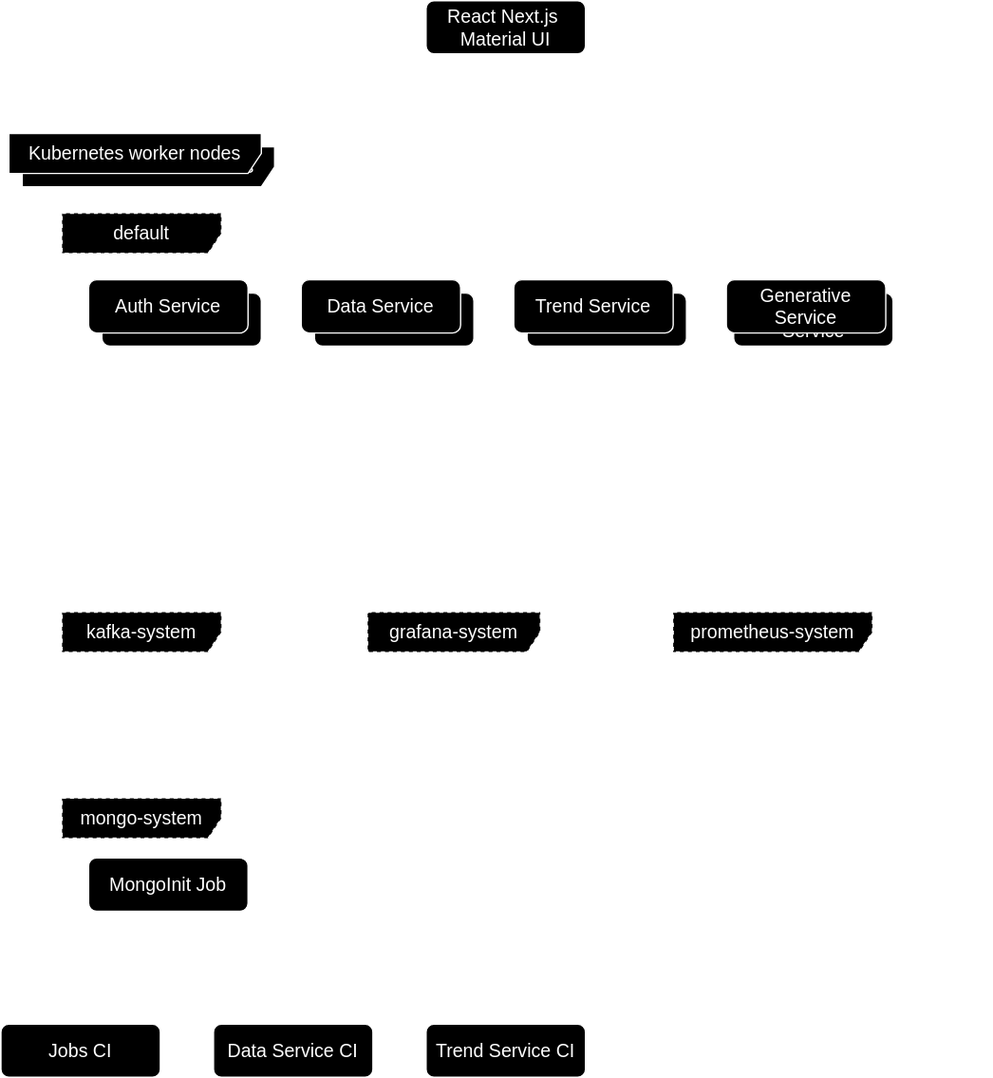
Earlier version of the draw.io export architecture/components.drawio.svg (gryphon2411/derkino). Source tidied: cells renumbered, new cells last; positions are measured from the earlier drawing's top-left corner, leaving out a move shared by most shapes.
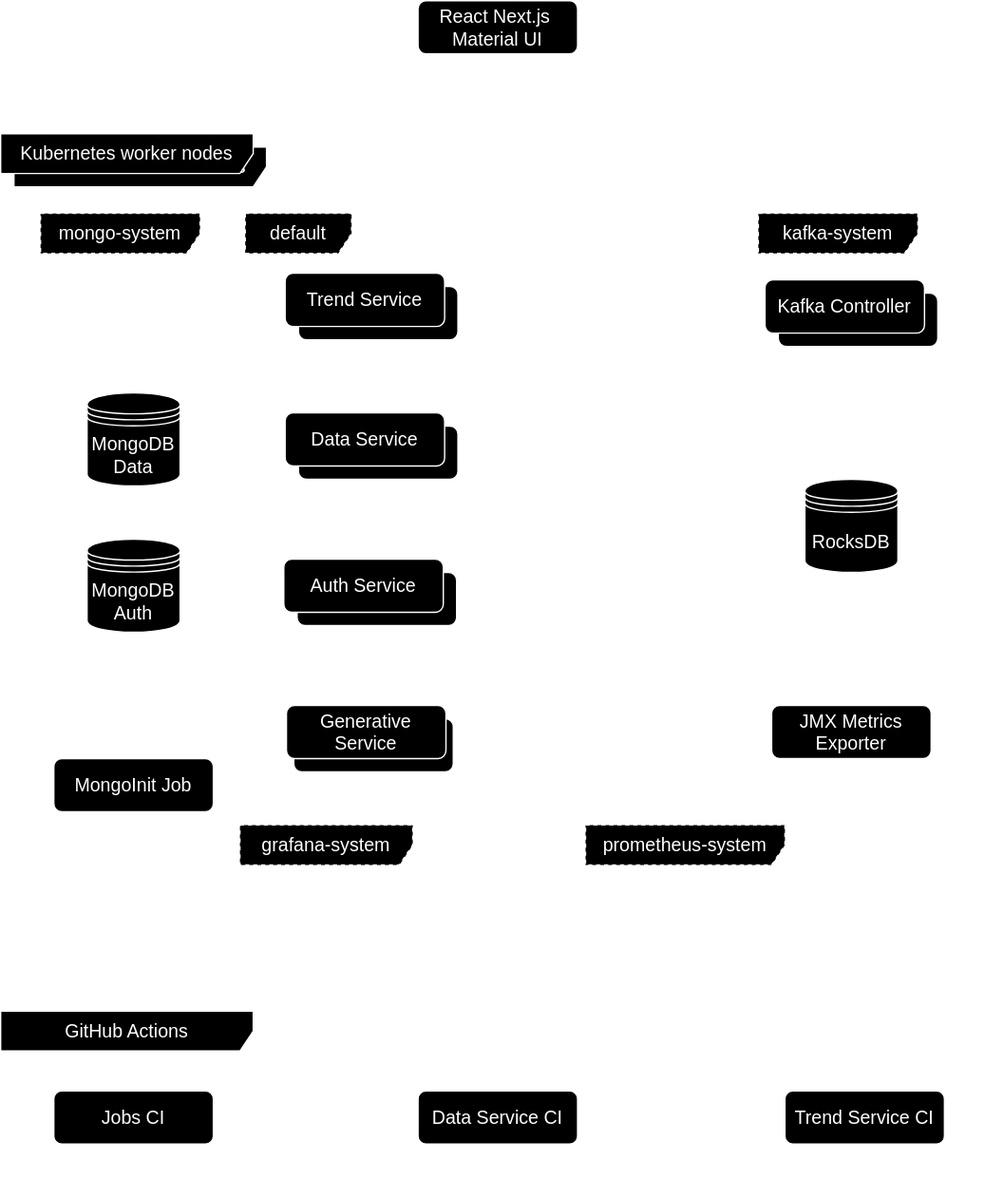
After the commit.

Commit message:
Improve components diagram

The edit, as a diff of the source:
```diff
@@ -2,65 +2,86 @@
   <root>
     <mxCell id="0" />
     <mxCell id="1" parent="0" />
+    <mxCell id="22" value="Kafka Controller" style="rounded=1;whiteSpace=wrap;html=1;fontSize=14;glass=0;strokeWidth=1;shadow=0;" parent="1" vertex="1">
+      <mxGeometry x="591" y="220" width="120" height="40" as="geometry" />
+    </mxCell>
     <mxCell id="2" value="Kubernetes worker nodes" style="shape=umlFrame;whiteSpace=wrap;html=1;fontSize=14;width=190;height=30;" parent="1" vertex="1">
       <mxGeometry x="16" y="110" width="730" height="630" as="geometry" />
     </mxCell>
     <mxCell id="3" value="Auth Service" style="rounded=1;whiteSpace=wrap;html=1;fontSize=14;glass=0;strokeWidth=1;shadow=0;" parent="1" vertex="1">
-      <mxGeometry x="76" y="220" width="120" height="40" as="geometry" />
+      <mxGeometry x="229" y="430" width="120" height="40" as="geometry" />
     </mxCell>
     <mxCell id="4" value="&lt;div style=&quot;font-size: 14px;&quot;&gt;Data Service&lt;/div&gt;" style="rounded=1;whiteSpace=wrap;html=1;fontSize=14;glass=0;strokeWidth=1;shadow=0;" parent="1" vertex="1">
-      <mxGeometry x="236" y="220" width="120" height="40" as="geometry" />
+      <mxGeometry x="230" y="320" width="120" height="40" as="geometry" />
     </mxCell>
-    <mxCell id="5" value="Trend Service" style="rounded=1;whiteSpace=wrap;html=1;fontSize=14;glass=0;strokeWidth=1;shadow=0;" parent="1" vertex="1">
-      <mxGeometry x="396" y="220" width="120" height="40" as="geometry" />
-    </mxCell>
-    <mxCell id="6" value="Generative Service" style="rounded=1;whiteSpace=wrap;html=1;fontSize=14;glass=0;strokeWidth=1;shadow=0;" parent="1" vertex="1">
-      <mxGeometry x="551.5" y="220" width="120" height="40" as="geometry" />
+    <mxCell id="6" style="rounded=1;whiteSpace=wrap;html=1;fontSize=14;glass=0;strokeWidth=1;shadow=0;" parent="1" vertex="1">
+      <mxGeometry x="226.5" y="540" width="120" height="40" as="geometry" />
     </mxCell>
-    <mxCell id="7" value="MongoInit Job" style="rounded=1;whiteSpace=wrap;html=1;fontSize=14;glass=0;strokeWidth=1;shadow=0;" parent="1" vertex="1">
-      <mxGeometry x="66" y="645" width="120" height="40" as="geometry" />
-    </mxCell>
     <mxCell id="8" value="&lt;div style=&quot;font-size: 14px;&quot;&gt;React Next.js&amp;nbsp;&lt;/div&gt;&lt;div style=&quot;font-size: 14px;&quot;&gt;Material UI&lt;/div&gt;" style="rounded=1;whiteSpace=wrap;html=1;fontSize=14;glass=0;strokeWidth=1;shadow=0;" parent="1" vertex="1">
       <mxGeometry x="320" width="120" height="40" as="geometry" />
     </mxCell>
     <mxCell id="9" value="Auth Service" style="rounded=1;whiteSpace=wrap;html=1;fontSize=14;glass=0;strokeWidth=1;shadow=0;" parent="1" vertex="1">
-      <mxGeometry x="66" y="210" width="120" height="40" as="geometry" />
+      <mxGeometry x="219" y="420" width="120" height="40" as="geometry" />
     </mxCell>
     <mxCell id="10" value="&lt;div style=&quot;font-size: 14px;&quot;&gt;Data Service&lt;/div&gt;" style="rounded=1;whiteSpace=wrap;html=1;fontSize=14;glass=0;strokeWidth=1;shadow=0;" parent="1" vertex="1">
-      <mxGeometry x="226" y="210" width="120" height="40" as="geometry" />
+      <mxGeometry x="220" y="310" width="120" height="40" as="geometry" />
     </mxCell>
-    <mxCell id="11" value="Trend Service" style="rounded=1;whiteSpace=wrap;html=1;fontSize=14;glass=0;strokeWidth=1;shadow=0;" parent="1" vertex="1">
-      <mxGeometry x="386" y="210" width="120" height="40" as="geometry" />
-    </mxCell>
     <mxCell id="12" value="Generative Service" style="rounded=1;whiteSpace=wrap;html=1;fontSize=14;glass=0;strokeWidth=1;shadow=0;" parent="1" vertex="1">
-      <mxGeometry x="546" y="210" width="120" height="40" as="geometry" />
+      <mxGeometry x="221" y="530" width="120" height="40" as="geometry" />
     </mxCell>
     <mxCell id="13" value="Data Service CI" style="rounded=1;whiteSpace=wrap;html=1;fontSize=14;glass=0;strokeWidth=1;shadow=0;" parent="1" vertex="1">
-      <mxGeometry x="160" y="770" width="120" height="40" as="geometry" />
+      <mxGeometry x="320" y="820" width="120" height="40" as="geometry" />
     </mxCell>
     <mxCell id="14" value="&lt;div style=&quot;font-size: 14px;&quot;&gt;Jobs CI&lt;/div&gt;" style="rounded=1;whiteSpace=wrap;html=1;fontSize=14;glass=0;strokeWidth=1;shadow=0;" parent="1" vertex="1">
-      <mxGeometry y="770" width="120" height="40" as="geometry" />
+      <mxGeometry x="46" y="820" width="120" height="40" as="geometry" />
     </mxCell>
     <mxCell id="15" value="Trend Service CI" style="rounded=1;whiteSpace=wrap;html=1;fontSize=14;glass=0;strokeWidth=1;shadow=0;" parent="1" vertex="1">
-      <mxGeometry x="320" y="770" width="120" height="40" as="geometry" />
+      <mxGeometry x="596" y="820" width="120" height="40" as="geometry" />
     </mxCell>
     <mxCell id="16" value="Kubernetes worker nodes" style="shape=umlFrame;whiteSpace=wrap;html=1;fontSize=14;width=190;height=30;" parent="1" vertex="1">
       <mxGeometry x="6" y="100" width="730" height="630" as="geometry" />
     </mxCell>
-    <mxCell id="17" value="&lt;div&gt;mongo-system&lt;/div&gt;" style="shape=umlFrame;whiteSpace=wrap;html=1;fontSize=14;width=120;height=30;strokeColor=default;dashed=1;" parent="1" vertex="1">
-      <mxGeometry x="46" y="600" width="210" height="110" as="geometry" />
-    </mxCell>
-    <mxCell id="18" value="default" style="shape=umlFrame;whiteSpace=wrap;html=1;fontSize=14;width=120;height=30;strokeColor=default;dashed=1;" parent="1" vertex="1">
-      <mxGeometry x="46" y="160" width="660" height="150" as="geometry" />
+    <mxCell id="18" value="default" style="shape=umlFrame;whiteSpace=wrap;html=1;fontSize=14;width=80;height=30;strokeColor=default;dashed=1;" parent="1" vertex="1">
+      <mxGeometry x="190" y="160" width="190" height="450" as="geometry" />
     </mxCell>
     <mxCell id="19" value="&lt;div&gt;kafka-system&lt;/div&gt;" style="shape=umlFrame;whiteSpace=wrap;html=1;fontSize=14;width=120;height=30;strokeColor=default;dashed=1;" parent="1" vertex="1">
-      <mxGeometry x="46" y="460" width="210" height="110" as="geometry" />
+      <mxGeometry x="576" y="160" width="140" height="450" as="geometry" />
     </mxCell>
     <mxCell id="20" value="grafana-system" style="shape=umlFrame;whiteSpace=wrap;html=1;fontSize=14;width=130;height=30;strokeColor=default;dashed=1;" parent="1" vertex="1">
-      <mxGeometry x="276" y="460" width="210" height="110" as="geometry" />
+      <mxGeometry x="186" y="620" width="250" height="90" as="geometry" />
     </mxCell>
     <mxCell id="21" value="prometheus-system" style="shape=umlFrame;whiteSpace=wrap;html=1;fontSize=14;width=150;height=30;strokeColor=default;dashed=1;" parent="1" vertex="1">
-      <mxGeometry x="506" y="460" width="210" height="110" as="geometry" />
+      <mxGeometry x="446" y="620" width="270" height="90" as="geometry" />
     </mxCell>
+    <mxCell id="7" value="MongoInit Job" style="rounded=1;whiteSpace=wrap;html=1;fontSize=14;glass=0;strokeWidth=1;shadow=0;" parent="1" vertex="1">
+      <mxGeometry x="46" y="570" width="120" height="40" as="geometry" />
+    </mxCell>
+    <mxCell id="17" value="&lt;div&gt;mongo-system&lt;/div&gt;" style="shape=umlFrame;whiteSpace=wrap;html=1;fontSize=14;width=120;height=30;strokeColor=default;dashed=1;" parent="1" vertex="1">
+      <mxGeometry x="36" y="160" width="140" height="550" as="geometry" />
+    </mxCell>
+    <mxCell id="23" value="&lt;div&gt;JMX Metrics Exporter&lt;br&gt;&lt;/div&gt;" style="rounded=1;whiteSpace=wrap;html=1;fontSize=14;glass=0;strokeWidth=1;shadow=0;" parent="1" vertex="1">
+      <mxGeometry x="586" y="530" width="120" height="40" as="geometry" />
+    </mxCell>
+    <mxCell id="24" value="MongoDB Auth" style="shape=datastore;whiteSpace=wrap;html=1;fontSize=14;" parent="1" vertex="1">
+      <mxGeometry x="71" y="405" width="70" height="70" as="geometry" />
+    </mxCell>
+    <mxCell id="25" value="Kafka Controller" style="rounded=1;whiteSpace=wrap;html=1;fontSize=14;glass=0;strokeWidth=1;shadow=0;" parent="1" vertex="1">
+      <mxGeometry x="581" y="210" width="120" height="40" as="geometry" />
+    </mxCell>
+    <mxCell id="26" value="MongoDB Data" style="shape=datastore;whiteSpace=wrap;html=1;fontSize=14;" parent="1" vertex="1">
+      <mxGeometry x="71" y="295" width="70" height="70" as="geometry" />
+    </mxCell>
+    <mxCell id="27" value="&lt;div&gt;RocksDB&lt;/div&gt;" style="shape=datastore;whiteSpace=wrap;html=1;fontSize=14;" parent="1" vertex="1">
+      <mxGeometry x="611" y="360" width="70" height="70" as="geometry" />
+    </mxCell>
+    <mxCell id="28" value="Trend Service" style="rounded=1;whiteSpace=wrap;html=1;fontSize=14;glass=0;strokeWidth=1;shadow=0;" parent="1" vertex="1">
+      <mxGeometry x="230" y="215" width="120" height="40" as="geometry" />
+    </mxCell>
+    <mxCell id="29" value="Trend Service" style="rounded=1;whiteSpace=wrap;html=1;fontSize=14;glass=0;strokeWidth=1;shadow=0;" parent="1" vertex="1">
+      <mxGeometry x="220" y="205" width="120" height="40" as="geometry" />
+    </mxCell>
+    <mxCell id="30" value="GitHub Actions" style="shape=umlFrame;whiteSpace=wrap;html=1;fontSize=14;width=190;height=30;" parent="1" vertex="1">
+      <mxGeometry x="6" y="760" width="730" height="140" as="geometry" />
+    </mxCell>
   </root>
 </mxGraphModel>
```
